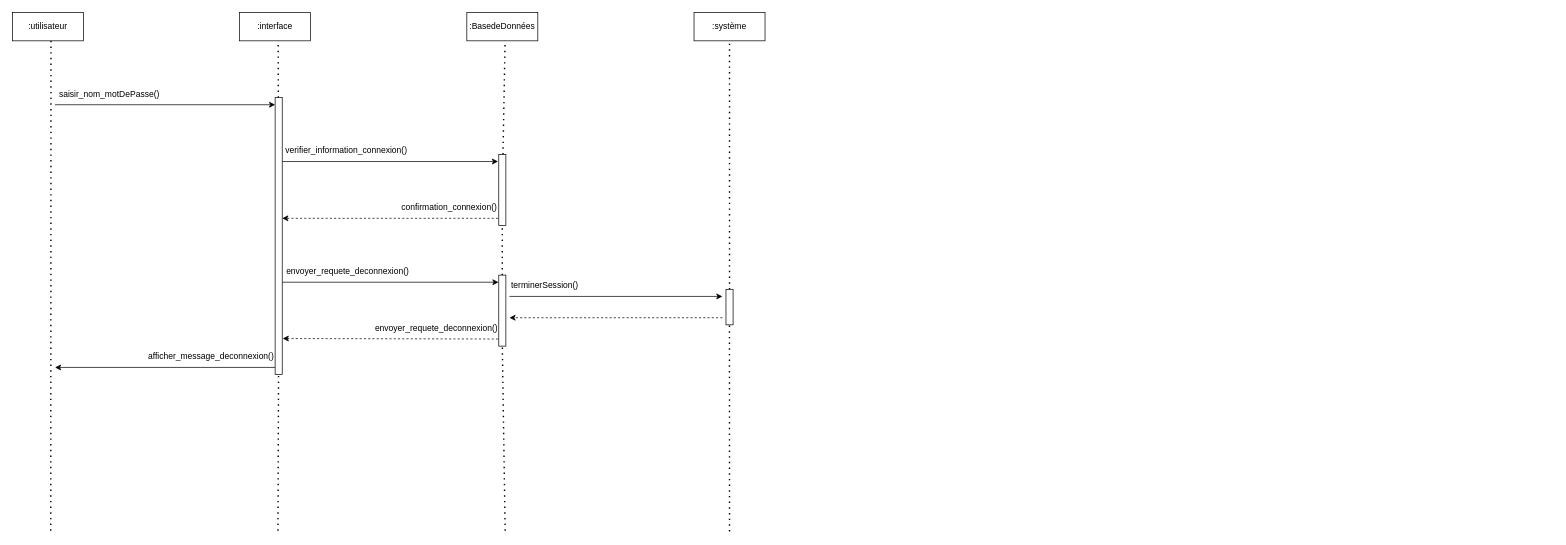
Before: Diagramme_Sequence.drawio in Lacolombenoire/Projet-modelisation-objet, a draw.io diagram. Source tidied: cells renumbered, new cells numbered last; positions are measured from the earlier drawing's top-left corner, leaving out a move shared by most shapes. Both pictures are drawn from the tidied source at 71%, with x=0, y=0 at pixel (12, 12).
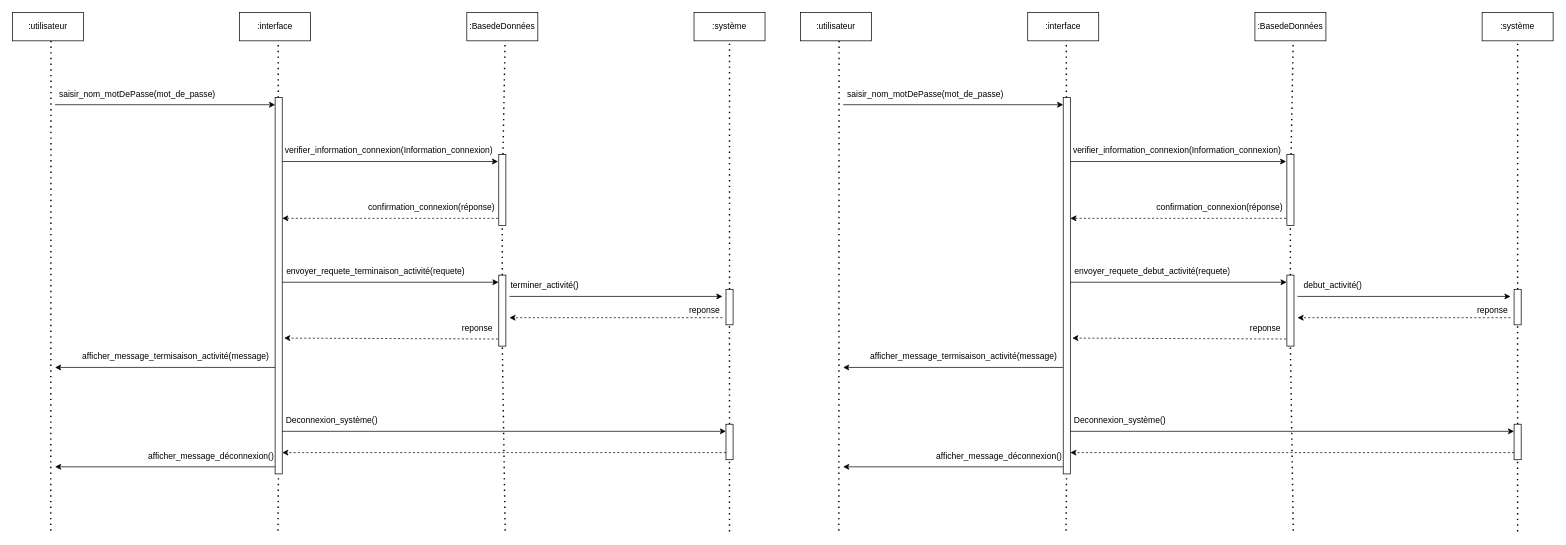
The same diagram, later.

Unchanged cells that the change refers to:
```xml
<mxCell id="30" style="rounded=0;whiteSpace=wrap;html=1;" parent="1" vertex="1">
  <mxGeometry x="1005" y="390" width="10" height="50" as="geometry" />
</mxCell>
```

Change to the diagram source:
```diff
@@
-    <mxCell id="6" value="saisir_nom_motDePasse()" style="text;strokeColor=none;fillColor=none;align=left;verticalAlign=middle;spacingLeft=4;spacingRight=4;overflow=hidden;whiteSpace=wrap;html=1;" parent="1" vertex="1">
-      <mxGeometry x="60" y="100" width="180" height="30" as="geometry" />
+    <mxCell id="6" value="saisir_nom_motDePasse(mot_de_passe)" style="text;strokeColor=none;fillColor=none;align=left;verticalAlign=middle;spacingLeft=4;spacingRight=4;overflow=hidden;whiteSpace=wrap;html=1;" parent="1" vertex="1">
+      <mxGeometry x="60" y="100" width="240" height="30" as="geometry" />
     </mxCell>
@@
-    <mxCell id="8" value="verifier_information_connexion()" style="text;html=1;align=center;verticalAlign=middle;strokeColor=none;fillColor=none;" parent="1" vertex="1">
-      <mxGeometry x="375" y="180" width="190" height="30" as="geometry" />
+    <mxCell id="8" value="verifier_information_connexion(Information_connexion)" style="text;html=1;align=center;verticalAlign=middle;strokeColor=none;fillColor=none;" parent="1" vertex="1">
+      <mxGeometry x="370" y="180" width="320" height="30" as="geometry" />
     </mxCell>
@@
-    <mxCell id="10" value="confirmation_connexion()" style="text;html=1;align=center;verticalAlign=middle;strokeColor=none;fillColor=none;" parent="1" vertex="1">
-      <mxGeometry x="535" y="260" width="160" height="30" as="geometry" />
+    <mxCell id="10" value="confirmation_connexion(réponse)" style="text;html=1;align=center;verticalAlign=middle;strokeColor=none;fillColor=none;" parent="1" vertex="1">
+      <mxGeometry x="490" y="260" width="200" height="30" as="geometry" />
     </mxCell>
-    <mxCell id="11" value="envoyer_requete_deconnexion()" style="text;strokeColor=none;fillColor=none;align=left;verticalAlign=middle;spacingLeft=4;spacingRight=4;overflow=hidden;whiteSpace=wrap;html=1;" parent="1" vertex="1">
-      <mxGeometry x="380" y="350" width="190" height="30" as="geometry" />
+    <mxCell id="11" value="envoyer_requete_terminaison_activité(requete)" style="text;strokeColor=none;fillColor=none;align=left;verticalAlign=middle;spacingLeft=4;spacingRight=4;overflow=hidden;whiteSpace=wrap;html=1;" parent="1" vertex="1">
+      <mxGeometry x="380" y="350" width="290" height="30" as="geometry" />
     </mxCell>
@@
-    <mxCell id="13" style="endArrow=classic;html=1;rounded=0;dashed=1;entryX=1.067;entryY=0.87;entryDx=0;entryDy=0;entryPerimeter=0;" parent="1" edge="1" target="32">
+    <mxCell id="13" style="endArrow=classic;html=1;rounded=0;dashed=1;entryX=1.267;entryY=0.639;entryDx=0;entryDy=0;entryPerimeter=0;" parent="1" edge="1" target="32">
       <mxGeometry relative="1" as="geometry">
         <mxPoint x="690" y="460" as="sourcePoint" />
       </mxGeometry>
     </mxCell>
-    <mxCell id="14" value="envoyer_requete_deconnexion()" style="text;strokeColor=none;fillColor=none;align=left;verticalAlign=middle;spacingLeft=4;spacingRight=4;overflow=hidden;whiteSpace=wrap;html=1;" parent="1" vertex="1">
-      <mxGeometry x="505" y="430" width="190" height="30" as="geometry" />
-    </mxCell>
@@
-    <mxCell id="17" value="terminerSession()" style="text;html=1;align=center;verticalAlign=middle;whiteSpace=wrap;rounded=0;" parent="1" vertex="1">
+    <mxCell id="17" value="terminer_activité()" style="text;html=1;align=center;verticalAlign=middle;whiteSpace=wrap;rounded=0;" parent="1" vertex="1">
       <mxGeometry x="720" y="370" width="60" height="30" as="geometry" />
     </mxCell>
@@
-    <mxCell id="19" value="afficher_message_deconnexion()" style="text;html=1;align=center;verticalAlign=middle;whiteSpace=wrap;rounded=0;" parent="1" vertex="1">
-      <mxGeometry x="250" y="470" width="60" height="30" as="geometry" />
+    <mxCell id="19" value="afficher_message_termisaison_activité(message)" style="text;html=1;align=center;verticalAlign=middle;whiteSpace=wrap;rounded=0;" parent="1" vertex="1">
+      <mxGeometry x="200" y="470" width="60" height="30" as="geometry" />
     </mxCell>
@@
-    <mxCell id="29" style="endArrow=none;dashed=1;html=1;dashPattern=1 3;strokeWidth=2;rounded=0;entryX=0.49;entryY=0.95;entryDx=0;entryDy=0;entryPerimeter=0;" parent="1" edge="1" target="30">
-      <mxGeometry relative="1" as="geometry">
-        <mxPoint x="1010" y="731" as="sourcePoint" />
-      </mxGeometry>
+    <mxCell id="29" style="endArrow=none;dashed=1;html=1;dashPattern=1 3;strokeWidth=2;rounded=0;entryX=0.49;entryY=0.95;entryDx=0;entryDy=0;entryPerimeter=0;" parent="1" edge="1" source="34" target="30">
+      <mxGeometry relative="1" as="geometry" />
     </mxCell>
@@
     <mxCell id="32" style="rounded=0;whiteSpace=wrap;html=1;" parent="1" vertex="1">
-      <mxGeometry x="370" y="120" width="10" height="390" as="geometry" />
+      <mxGeometry x="370" y="120" width="10" height="530" as="geometry" />
     </mxCell>
+    <mxCell id="33" style="endArrow=none;dashed=1;html=1;dashPattern=1 3;strokeWidth=2;rounded=0;entryX=0.49;entryY=0.95;entryDx=0;entryDy=0;entryPerimeter=0;" parent="1" edge="1" target="34">
+      <mxGeometry relative="1" as="geometry">
+        <mxPoint x="1010" y="731" as="sourcePoint" />
+      </mxGeometry>
+    </mxCell>
+    <mxCell id="34" style="rounded=0;whiteSpace=wrap;html=1;" parent="1" vertex="1">
+      <mxGeometry x="1005" y="580" width="10" height="50" as="geometry" />
+    </mxCell>
+    <mxCell id="35" style="endArrow=classic;html=1;rounded=0;dashed=1;" parent="1" edge="1">
+      <mxGeometry relative="1" as="geometry">
+        <mxPoint x="1005" y="620" as="sourcePoint" />
+        <mxPoint x="380" y="620" as="targetPoint" />
+      </mxGeometry>
+    </mxCell>
+    <mxCell id="36" style="endArrow=classic;html=1;rounded=0;" parent="1" edge="1">
+      <mxGeometry relative="1" as="geometry">
+        <mxPoint x="380" y="590" as="sourcePoint" />
+        <mxPoint x="1005" y="590" as="targetPoint" />
+      </mxGeometry>
+    </mxCell>
+    <mxCell id="37" value="Deconnexion_système()" style="text;html=1;align=center;verticalAlign=middle;whiteSpace=wrap;rounded=0;" parent="1" vertex="1">
+      <mxGeometry x="420" y="560" width="60" height="30" as="geometry" />
+    </mxCell>
+    <mxCell id="38" style="endArrow=classic;html=1;rounded=0;" parent="1" edge="1">
+      <mxGeometry relative="1" as="geometry">
+        <mxPoint x="370" y="640" as="sourcePoint" />
+        <mxPoint x="60" y="640" as="targetPoint" />
+      </mxGeometry>
+    </mxCell>
+    <mxCell id="39" value="afficher_message_déconnexion()" style="text;html=1;align=center;verticalAlign=middle;whiteSpace=wrap;rounded=0;" parent="1" vertex="1">
+      <mxGeometry x="250" y="610" width="60" height="30" as="geometry" />
+    </mxCell>
+    <mxCell id="40" value="reponse" style="text;html=1;align=center;verticalAlign=middle;whiteSpace=wrap;rounded=0;" parent="1" vertex="1">
+      <mxGeometry x="625" y="430" width="60" height="30" as="geometry" />
+    </mxCell>
+    <mxCell id="41" value="reponse" style="text;html=1;align=center;verticalAlign=middle;whiteSpace=wrap;rounded=0;" parent="1" vertex="1">
+      <mxGeometry x="945" y="405" width="60" height="30" as="geometry" />
+    </mxCell>
+    <mxCell id="42" style="endArrow=none;dashed=1;html=1;dashPattern=1 3;strokeWidth=2;rounded=0;entryX=0.49;entryY=0.95;entryDx=0;entryDy=0;entryPerimeter=0;" parent="1" edge="1">
+      <mxGeometry relative="1" as="geometry">
+        <mxPoint x="1164" y="730" as="sourcePoint" />
+        <mxPoint x="1164.3" y="39" as="targetPoint" />
+      </mxGeometry>
+    </mxCell>
+    <mxCell id="43" style="endArrow=none;dashed=1;html=1;dashPattern=1 3;strokeWidth=2;rounded=0;entryX=0.49;entryY=0.95;entryDx=0;entryDy=0;entryPerimeter=0;" parent="1" edge="1" source="71">
+      <mxGeometry relative="1" as="geometry">
+        <mxPoint x="1484.3" y="39" as="targetPoint" />
+      </mxGeometry>
+    </mxCell>
+    <mxCell id="44" style="endArrow=none;dashed=1;html=1;dashPattern=1 3;strokeWidth=2;rounded=0;entryX=0.49;entryY=0.95;entryDx=0;entryDy=0;entryPerimeter=0;" parent="1" edge="1" source="65">
+      <mxGeometry relative="1" as="geometry">
+        <mxPoint x="1803.9" y="39" as="targetPoint" />
+      </mxGeometry>
+    </mxCell>
+    <mxCell id="45" style="endArrow=classic;html=1;rounded=0;" parent="1" edge="1">
+      <mxGeometry relative="1" as="geometry">
+        <mxPoint x="1170" y="130" as="sourcePoint" />
+        <mxPoint x="1480" y="130" as="targetPoint" />
+      </mxGeometry>
+    </mxCell>
+    <mxCell id="46" value="saisir_nom_motDePasse(mot_de_passe)" style="text;strokeColor=none;fillColor=none;align=left;verticalAlign=middle;spacingLeft=4;spacingRight=4;overflow=hidden;whiteSpace=wrap;html=1;" parent="1" vertex="1">
+      <mxGeometry x="1170" y="100" width="240" height="30" as="geometry" />
+    </mxCell>
+    <mxCell id="47" style="endArrow=classic;html=1;rounded=0;" parent="1" edge="1">
+      <mxGeometry relative="1" as="geometry">
+        <mxPoint x="1490" y="210" as="sourcePoint" />
+        <mxPoint x="1794" y="210" as="targetPoint" />
+      </mxGeometry>
+    </mxCell>
+    <mxCell id="48" value="verifier_information_connexion(Information_connexion)" style="text;html=1;align=center;verticalAlign=middle;strokeColor=none;fillColor=none;" parent="1" vertex="1">
+      <mxGeometry x="1480" y="180" width="320" height="30" as="geometry" />
+    </mxCell>
+    <mxCell id="49" style="endArrow=classic;html=1;rounded=0;dashed=1;exitX=0.5;exitY=0.9;exitDx=0;exitDy=0;exitPerimeter=0;" parent="1" edge="1" source="65">
+      <mxGeometry relative="1" as="geometry">
+        <mxPoint x="1490" y="290" as="targetPoint" />
+      </mxGeometry>
+    </mxCell>
+    <mxCell id="50" value="confirmation_connexion(réponse)" style="text;html=1;align=center;verticalAlign=middle;strokeColor=none;fillColor=none;" parent="1" vertex="1">
+      <mxGeometry x="1600" y="260" width="200" height="30" as="geometry" />
+    </mxCell>
+    <mxCell id="51" value="envoyer_requete_debut_activité(requete)" style="text;strokeColor=none;fillColor=none;align=left;verticalAlign=middle;spacingLeft=4;spacingRight=4;overflow=hidden;whiteSpace=wrap;html=1;" parent="1" vertex="1">
+      <mxGeometry x="1490" y="350" width="230" height="30" as="geometry" />
+    </mxCell>
+    <mxCell id="52" style="endArrow=classic;html=1;rounded=0;entryX=-0.033;entryY=0.1;entryDx=0;entryDy=0;entryPerimeter=0;" parent="1" edge="1" target="67">
+      <mxGeometry relative="1" as="geometry">
+        <mxPoint x="1490" y="380" as="sourcePoint" />
+      </mxGeometry>
+    </mxCell>
+    <mxCell id="53" style="endArrow=classic;html=1;rounded=0;dashed=1;entryX=1.267;entryY=0.639;entryDx=0;entryDy=0;entryPerimeter=0;" parent="1" edge="1" target="71">
+      <mxGeometry relative="1" as="geometry">
+        <mxPoint x="1800" y="460" as="sourcePoint" />
+      </mxGeometry>
+    </mxCell>
+    <mxCell id="54" style="endArrow=classic;html=1;rounded=0;" parent="1" edge="1">
+      <mxGeometry relative="1" as="geometry">
+        <mxPoint x="1810" y="400" as="sourcePoint" />
+        <mxPoint x="2110" y="400" as="targetPoint" />
+      </mxGeometry>
+    </mxCell>
+    <mxCell id="55" style="endArrow=classic;html=1;rounded=0;dashed=1;" parent="1" edge="1">
+      <mxGeometry relative="1" as="geometry">
+        <mxPoint x="2110" y="430" as="sourcePoint" />
+        <mxPoint x="1810" y="430" as="targetPoint" />
+      </mxGeometry>
+    </mxCell>
+    <mxCell id="56" value="debut_activité()" style="text;html=1;align=center;verticalAlign=middle;whiteSpace=wrap;rounded=0;" parent="1" vertex="1">
+      <mxGeometry x="1830" y="370" width="60" height="30" as="geometry" />
+    </mxCell>
+    <mxCell id="57" style="endArrow=classic;html=1;rounded=0;" parent="1" edge="1">
+      <mxGeometry relative="1" as="geometry">
+        <mxPoint x="1480" y="500" as="sourcePoint" />
+        <mxPoint x="1170" y="500" as="targetPoint" />
+      </mxGeometry>
+    </mxCell>
+    <mxCell id="58" value="afficher_message_termisaison_activité(message)" style="text;html=1;align=center;verticalAlign=middle;whiteSpace=wrap;rounded=0;" parent="1" vertex="1">
+      <mxGeometry x="1310" y="470" width="60" height="30" as="geometry" />
+    </mxCell>
+    <mxCell id="59" style="endArrow=none;dashed=1;html=1;dashPattern=1 3;strokeWidth=2;rounded=0;entryX=0.49;entryY=0.95;entryDx=0;entryDy=0;entryPerimeter=0;" parent="1" edge="1" source="69">
+      <mxGeometry relative="1" as="geometry">
+        <mxPoint x="2120" y="40" as="targetPoint" />
+      </mxGeometry>
+    </mxCell>
+    <mxCell id="60" value=":interface" style="rounded=0;whiteSpace=wrap;html=1;" parent="1" vertex="1">
+      <mxGeometry x="1430" width="100" height="40" as="geometry" />
+    </mxCell>
+    <mxCell id="61" value=":BasedeDonnées" style="rounded=0;whiteSpace=wrap;html=1;" parent="1" vertex="1">
+      <mxGeometry x="1750" width="100" height="40" as="geometry" />
+    </mxCell>
+    <mxCell id="62" value=":utilisateur" style="rounded=0;whiteSpace=wrap;html=1;" parent="1" vertex="1">
+      <mxGeometry x="1110" width="100" height="40" as="geometry" />
+    </mxCell>
+    <mxCell id="63" value=":système" style="rounded=0;whiteSpace=wrap;html=1;" parent="1" vertex="1">
+      <mxGeometry x="2070" width="100" height="40" as="geometry" />
+    </mxCell>
+    <mxCell id="64" style="endArrow=none;dashed=1;html=1;dashPattern=1 3;strokeWidth=2;rounded=0;entryX=0.49;entryY=0.95;entryDx=0;entryDy=0;entryPerimeter=0;" parent="1" edge="1" source="67" target="65">
+      <mxGeometry relative="1" as="geometry" />
+    </mxCell>
+    <mxCell id="65" style="rounded=0;whiteSpace=wrap;html=1;" parent="1" vertex="1">
+      <mxGeometry x="1795" y="200" width="10" height="100" as="geometry" />
+    </mxCell>
+    <mxCell id="66" style="endArrow=none;dashed=1;html=1;dashPattern=1 3;strokeWidth=2;rounded=0;entryX=0.49;entryY=0.95;entryDx=0;entryDy=0;entryPerimeter=0;" parent="1" edge="1" target="67">
+      <mxGeometry relative="1" as="geometry">
+        <mxPoint x="1804" y="730" as="sourcePoint" />
+      </mxGeometry>
+    </mxCell>
+    <mxCell id="67" style="rounded=0;whiteSpace=wrap;html=1;" parent="1" vertex="1">
+      <mxGeometry x="1795" y="370" width="10" height="100" as="geometry" />
+    </mxCell>
+    <mxCell id="68" style="endArrow=none;dashed=1;html=1;dashPattern=1 3;strokeWidth=2;rounded=0;entryX=0.49;entryY=0.95;entryDx=0;entryDy=0;entryPerimeter=0;" parent="1" edge="1" source="73" target="69">
+      <mxGeometry relative="1" as="geometry" />
+    </mxCell>
+    <mxCell id="69" style="rounded=0;whiteSpace=wrap;html=1;" parent="1" vertex="1">
+      <mxGeometry x="2115" y="390" width="10" height="50" as="geometry" />
+    </mxCell>
+    <mxCell id="70" style="endArrow=none;dashed=1;html=1;dashPattern=1 3;strokeWidth=2;rounded=0;entryX=0.49;entryY=0.95;entryDx=0;entryDy=0;entryPerimeter=0;" parent="1" edge="1" target="71">
+      <mxGeometry relative="1" as="geometry">
+        <mxPoint x="1484" y="730" as="sourcePoint" />
+      </mxGeometry>
+    </mxCell>
+    <mxCell id="71" style="rounded=0;whiteSpace=wrap;html=1;" parent="1" vertex="1">
+      <mxGeometry x="1480" y="120" width="10" height="530" as="geometry" />
+    </mxCell>
+    <mxCell id="72" style="endArrow=none;dashed=1;html=1;dashPattern=1 3;strokeWidth=2;rounded=0;entryX=0.49;entryY=0.95;entryDx=0;entryDy=0;entryPerimeter=0;" parent="1" edge="1" target="73">
+      <mxGeometry relative="1" as="geometry">
+        <mxPoint x="2120" y="731" as="sourcePoint" />
+      </mxGeometry>
+    </mxCell>
+    <mxCell id="73" style="rounded=0;whiteSpace=wrap;html=1;" parent="1" vertex="1">
+      <mxGeometry x="2115" y="580" width="10" height="50" as="geometry" />
+    </mxCell>
+    <mxCell id="74" style="endArrow=classic;html=1;rounded=0;dashed=1;" parent="1" edge="1">
+      <mxGeometry relative="1" as="geometry">
+        <mxPoint x="2115" y="620" as="sourcePoint" />
+        <mxPoint x="1490" y="620" as="targetPoint" />
+      </mxGeometry>
+    </mxCell>
+    <mxCell id="75" style="endArrow=classic;html=1;rounded=0;" parent="1" edge="1">
+      <mxGeometry relative="1" as="geometry">
+        <mxPoint x="1490" y="590" as="sourcePoint" />
+        <mxPoint x="2115" y="590" as="targetPoint" />
+      </mxGeometry>
+    </mxCell>
+    <mxCell id="76" value="Deconnexion_système()" style="text;html=1;align=center;verticalAlign=middle;whiteSpace=wrap;rounded=0;" parent="1" vertex="1">
+      <mxGeometry x="1530" y="560" width="60" height="30" as="geometry" />
+    </mxCell>
+    <mxCell id="77" style="endArrow=classic;html=1;rounded=0;" parent="1" edge="1">
+      <mxGeometry relative="1" as="geometry">
+        <mxPoint x="1480" y="640" as="sourcePoint" />
+        <mxPoint x="1170" y="640" as="targetPoint" />
+      </mxGeometry>
+    </mxCell>
+    <mxCell id="78" value="afficher_message_déconnexion()" style="text;html=1;align=center;verticalAlign=middle;whiteSpace=wrap;rounded=0;" parent="1" vertex="1">
+      <mxGeometry x="1360" y="610" width="60" height="30" as="geometry" />
+    </mxCell>
+    <mxCell id="79" value="reponse" style="text;html=1;align=center;verticalAlign=middle;whiteSpace=wrap;rounded=0;" parent="1" vertex="1">
+      <mxGeometry x="1735" y="430" width="60" height="30" as="geometry" />
+    </mxCell>
+    <mxCell id="80" value="reponse" style="text;html=1;align=center;verticalAlign=middle;whiteSpace=wrap;rounded=0;" parent="1" vertex="1">
+      <mxGeometry x="2055" y="405" width="60" height="30" as="geometry" />
+    </mxCell>
```
